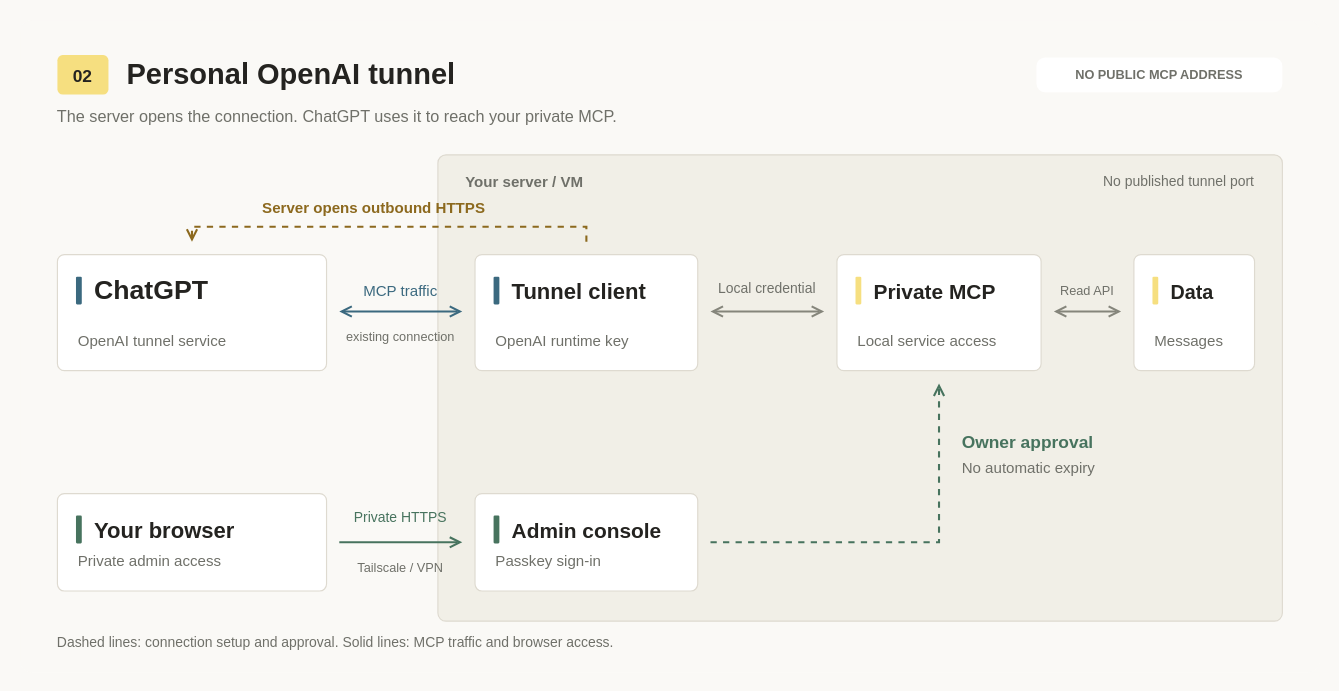
This is page "Personal OpenAI tunnel" (2 of 3) of docs/assets/connection-methods.drawio from rokrokss/kakaotalk-bridge, a draw.io file, before an edit. Source tidied: cells renumbered, new cells numbered last; positions are measured from the earlier drawing's top-left corner, leaving out a move shared by most shapes. Both pictures are drawn from the tidied source at 116%, with x=0, y=0 at pixel (20, 20).
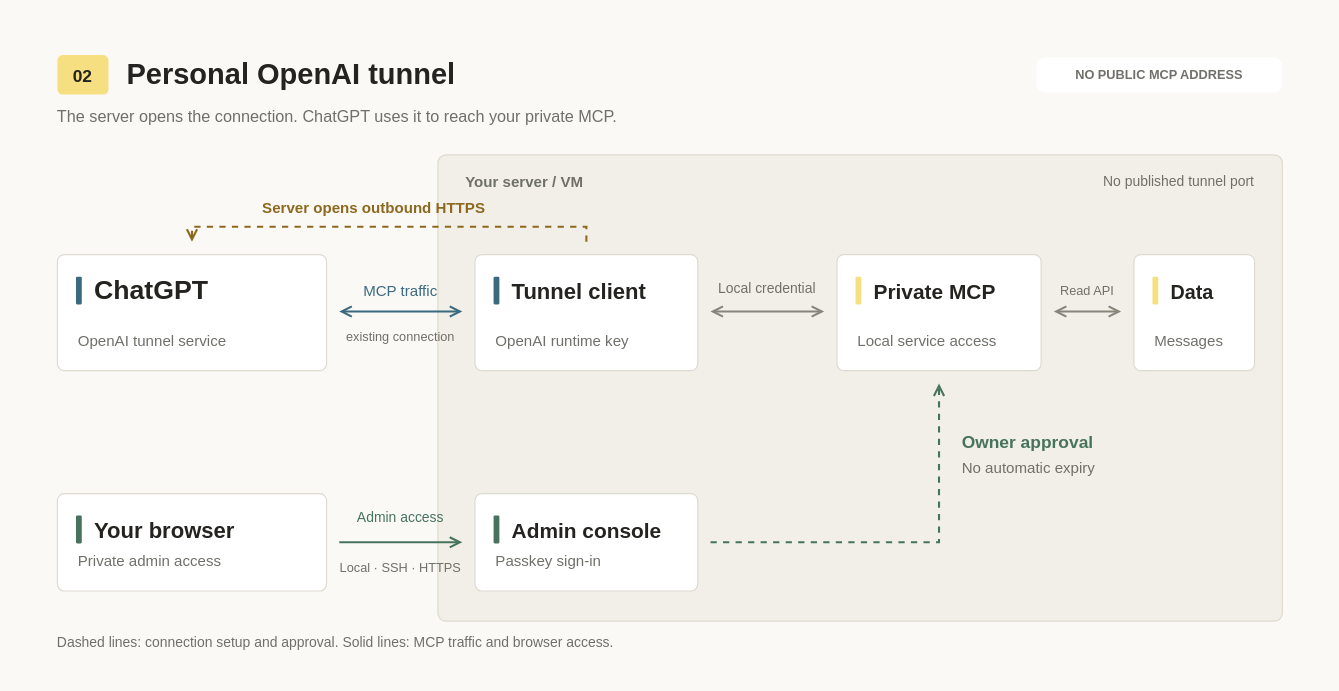
The same page after the edit.

Diff of the diagram source:
```diff
@@
-    <mxCell id="52" value="Private HTTPS" style="text;html=0;strokeColor=none;fillColor=none;align=center;verticalAlign=middle;whiteSpace=wrap;rounded=0;spacing=0;fontFamily=Helvetica;fontSize=12;fontColor=#47735e;fontStyle=0;" parent="1" vertex="1">
+    <mxCell id="52" value="Admin access" style="text;html=0;strokeColor=none;fillColor=none;align=center;verticalAlign=middle;whiteSpace=wrap;rounded=0;spacing=0;fontFamily=Helvetica;fontSize=12;fontColor=#47735e;fontStyle=0;" parent="1" vertex="1">
       <mxGeometry x="268" y="419" width="120" height="20" as="geometry" />
     </mxCell>
-    <mxCell id="53" value="Tailscale / VPN" style="text;html=0;strokeColor=none;fillColor=none;align=center;verticalAlign=middle;whiteSpace=wrap;rounded=0;spacing=0;fontFamily=Helvetica;fontSize=11;fontColor=#6f7069;fontStyle=0;" parent="1" vertex="1">
+    <mxCell id="53" value="Local · SSH · HTTPS" style="text;html=0;strokeColor=none;fillColor=none;align=center;verticalAlign=middle;whiteSpace=wrap;rounded=0;spacing=0;fontFamily=Helvetica;fontSize=11;fontColor=#6f7069;fontStyle=0;" parent="1" vertex="1">
       <mxGeometry x="266" y="462" width="124" height="19" as="geometry" />
     </mxCell>
```
